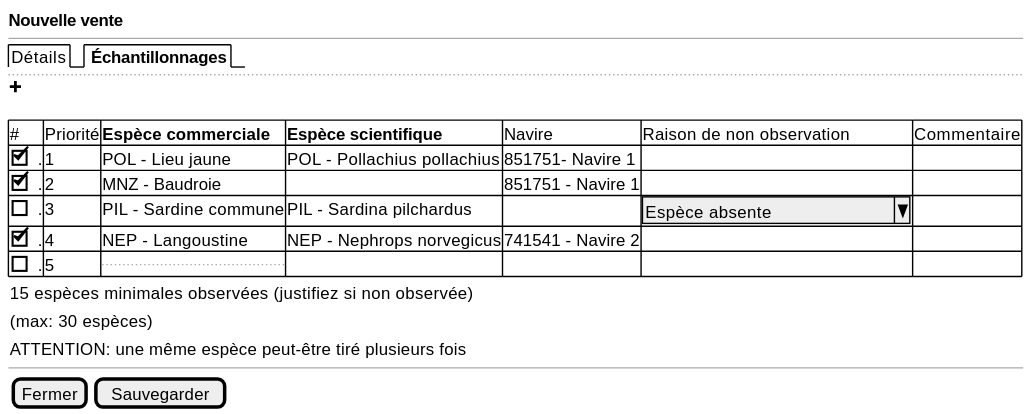
sumaris-net/sumaris-doc keeps this PlantUML diagram as projects/obsvente/spe/images/landings-table.svg. Above is the earlier version.
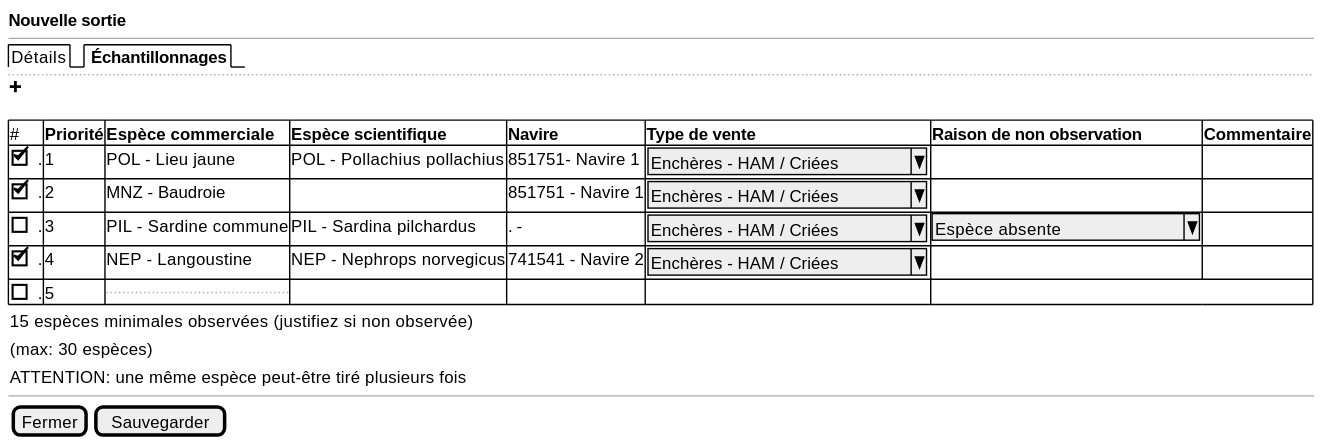
Above is the later version.

Diff of the diagram source:
```diff
@@ -1,6 +1,6 @@
 @startsalt
 {
-  <b>Nouvelle vente
+  <b>Nouvelle sortie
   --
   {/  Détails | <b> Échantillonnages }
   ..
@@ -8,11 +8,11 @@
   .
 	{#
 
-      # | Priorité | <b>Espèce commerciale | <b>Espèce scientifique             | Navire | Raison de non observation | Commentaire
-      [X] . | 1 | POL - Lieu jaune | POL - Pollachius pollachius | 851751- Navire 1 | . | .
-      [X] . | 2 | MNZ - Baudroie | . | 851751 - Navire 1 | . | .
-      [ ] . | 3 | PIL - Sardine commune | PIL - Sardina pilchardus | . | ^ Espèce absente       ^ | .
-      [X] . | 4 | NEP - Langoustine | NEP - Nephrops norvegicus   | 741541 - Navire 2 | . | .
+      # |<b>Priorité | <b>Espèce commerciale | <b>Espèce scientifique   | <b>Navire | <b>Type de vente | <b>Raison de non observation | <b>Commentaire
+      [X] . | 1 | POL - Lieu jaune | POL - Pollachius pollachius | 851751- Navire 1 | { ^Enchères - HAM / Criées^} | . | .
+      [X] . | 2 | MNZ - Baudroie | . | 851751 - Navire 1 | { ^Enchères - HAM / Criées^} |. | .
+      [ ] . | 3 | PIL - Sardine commune | PIL - Sardina pilchardus | . -|{ ^Enchères - HAM / Criées^} | ^ Espèce absente       ^ | .
+      [X] . | 4 | NEP - Langoustine | NEP - Nephrops norvegicus   | 741541 - Navire 2 | { ^Enchères - HAM / Criées^} | . | .
       [ ] . | 5 | ... | . | . | .
 
     }
```
